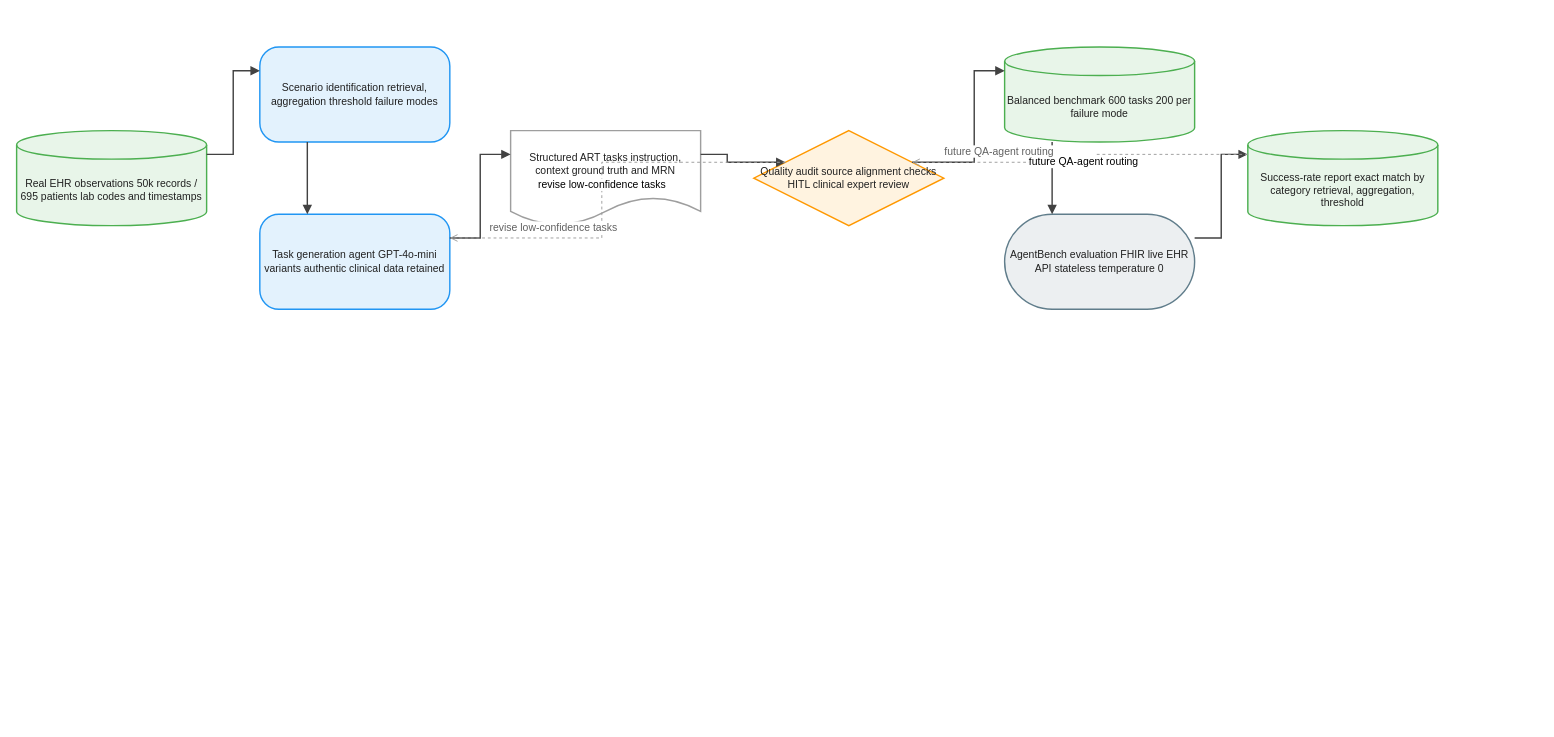
This is client/public/drawio/ART/ART.en.drawio from joe1chief/benchmark-hub, a draw.io file, before an edit. Source tidied: cells renumbered, new cells numbered last; positions are measured from the earlier drawing's top-left corner, leaving out a move shared by most shapes. Both pictures are drawn from the tidied source at 95%, with x=0, y=0 at pixel (16, 47).
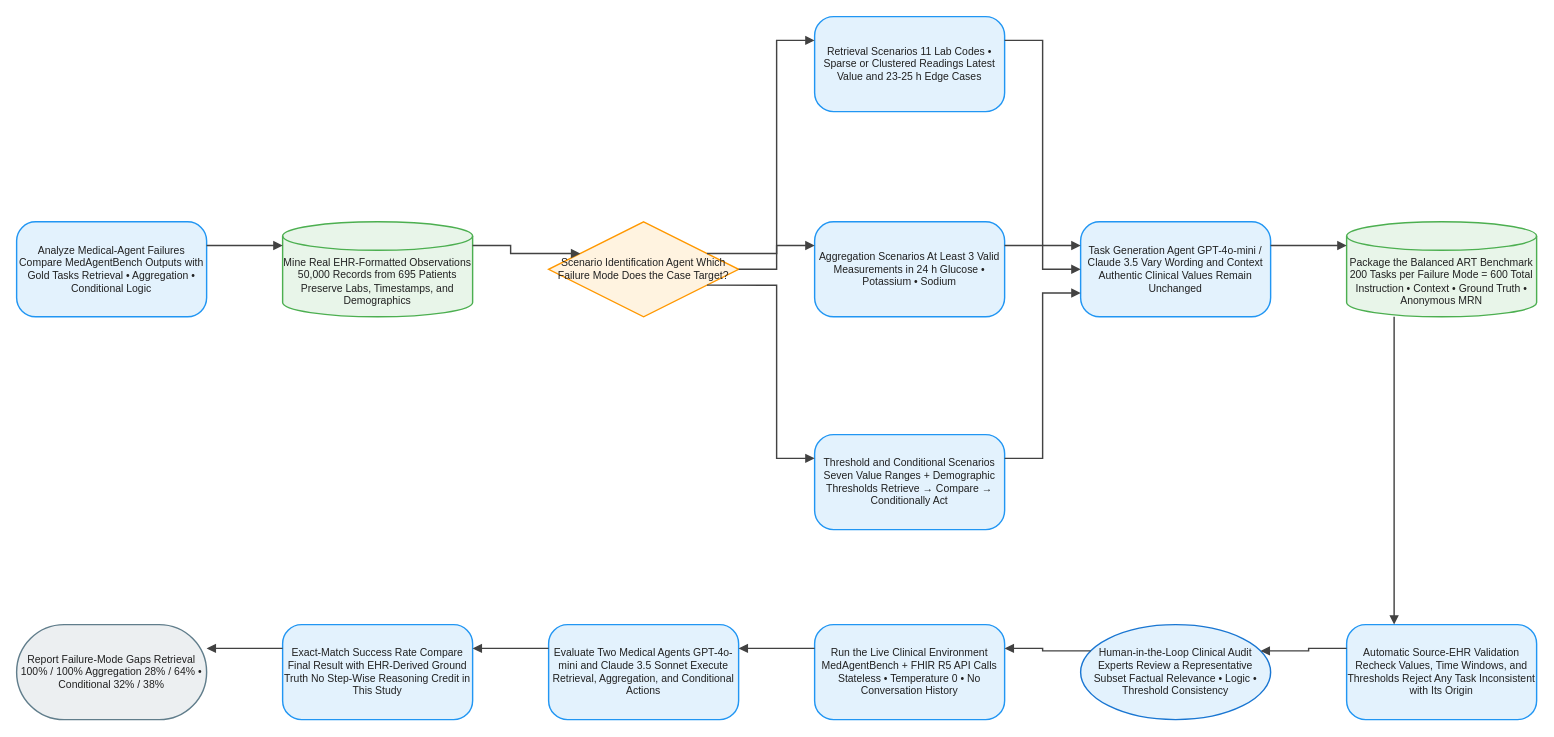
The same diagram, later.

Change to the diagram source:
```diff
@@
-    <mxCell id="2" value="Real EHR observations 50k records / 695 patients lab codes and timestamps" style="shape=cylinder3;boundedLbl=1;backgroundOutline=1;size=15;html=1;whiteSpace=wrap;fillColor=#E8F5E9;strokeColor=#4CAF50;strokeWidth=1.5;fontColor=#212121;fontSize=11;fontFamily=Arial, Helvetica, sans-serif;verticalAlign=middle;align=center;" parent="1" vertex="1">
-      <mxGeometry y="88" width="200" height="100" as="geometry" />
+    <mxCell id="2" value="Analyze Medical-Agent Failures Compare MedAgentBench Outputs with Gold Tasks Retrieval • Aggregation • Conditional Logic" style="rounded=1;arcSize=20;html=1;whiteSpace=wrap;fillColor=#E3F2FD;strokeColor=#2196F3;strokeWidth=1.5;fontColor=#212121;fontSize=11;fontFamily=Arial, Helvetica, sans-serif;verticalAlign=middle;align=center;" parent="1" vertex="1">
+      <mxGeometry y="184" width="200" height="100" as="geometry" />
     </mxCell>
-    <mxCell id="3" value="Scenario identification retrieval, aggregation threshold failure modes" style="rounded=1;arcSize=20;html=1;whiteSpace=wrap;fillColor=#E3F2FD;strokeColor=#2196F3;strokeWidth=1.5;fontColor=#212121;fontSize=11;fontFamily=Arial, Helvetica, sans-serif;verticalAlign=middle;align=center;" parent="1" vertex="1">
-      <mxGeometry x="256" width="200" height="100" as="geometry" />
+    <mxCell id="3" value="Mine Real EHR-Formatted Observations 50,000 Records from 695 Patients Preserve Labs, Timestamps, and Demographics" style="shape=cylinder3;boundedLbl=1;backgroundOutline=1;size=15;html=1;whiteSpace=wrap;fillColor=#E8F5E9;strokeColor=#4CAF50;strokeWidth=1.5;fontColor=#212121;fontSize=11;fontFamily=Arial, Helvetica, sans-serif;verticalAlign=middle;align=center;" parent="1" vertex="1">
+      <mxGeometry x="280" y="184" width="200" height="100" as="geometry" />
     </mxCell>
-    <mxCell id="4" value="Task generation agent GPT-4o-mini variants authentic clinical data retained" style="rounded=1;arcSize=20;html=1;whiteSpace=wrap;fillColor=#E3F2FD;strokeColor=#2196F3;strokeWidth=1.5;fontColor=#212121;fontSize=11;fontFamily=Arial, Helvetica, sans-serif;verticalAlign=middle;align=center;" parent="1" vertex="1">
-      <mxGeometry x="256" y="176" width="200" height="100" as="geometry" />
+    <mxCell id="4" value="Scenario Identification Agent Which Failure Mode Does the Case Target?" style="rhombus;html=1;whiteSpace=wrap;fillColor=#FFF3E0;strokeColor=#FF9800;strokeWidth=1.5;fontColor=#212121;fontSize=11;fontFamily=Arial, Helvetica, sans-serif;verticalAlign=middle;align=center;" parent="1" vertex="1">
+      <mxGeometry x="560" y="184" width="200" height="100" as="geometry" />
     </mxCell>
-    <mxCell id="5" value="Structured ART tasks instruction, context ground truth and MRN" style="shape=document;boundedLbl=1;html=1;whiteSpace=wrap;fillColor=#FFFFFF;strokeColor=#9E9E9E;strokeWidth=1.5;fontColor=#212121;fontSize=11;fontFamily=Arial, Helvetica, sans-serif;verticalAlign=middle;align=center;" parent="1" vertex="1">
-      <mxGeometry x="520" y="88" width="200" height="100" as="geometry" />
+    <mxCell id="5" value="Retrieval Scenarios 11 Lab Codes • Sparse or Clustered Readings Latest Value and 23-25 h Edge Cases" style="rounded=1;arcSize=20;html=1;whiteSpace=wrap;fillColor=#E3F2FD;strokeColor=#2196F3;strokeWidth=1.5;fontColor=#212121;fontSize=11;fontFamily=Arial, Helvetica, sans-serif;verticalAlign=middle;align=center;" parent="1" vertex="1">
+      <mxGeometry x="840" y="-32" width="200" height="100" as="geometry" />
     </mxCell>
-    <mxCell id="6" value="Quality audit source alignment checks HITL clinical expert review" style="rhombus;html=1;whiteSpace=wrap;fillColor=#FFF3E0;strokeColor=#FF9800;strokeWidth=1.5;fontColor=#212121;fontSize=11;fontFamily=Arial, Helvetica, sans-serif;verticalAlign=middle;align=center;" parent="1" vertex="1">
-      <mxGeometry x="776" y="88" width="200" height="100" as="geometry" />
+    <mxCell id="6" value="Aggregation Scenarios At Least 3 Valid Measurements in 24 h Glucose • Potassium • Sodium" style="rounded=1;arcSize=20;html=1;whiteSpace=wrap;fillColor=#E3F2FD;strokeColor=#2196F3;strokeWidth=1.5;fontColor=#212121;fontSize=11;fontFamily=Arial, Helvetica, sans-serif;verticalAlign=middle;align=center;" parent="1" vertex="1">
+      <mxGeometry x="840" y="184" width="200" height="100" as="geometry" />
     </mxCell>
-    <mxCell id="7" value="Balanced benchmark 600 tasks 200 per failure mode" style="shape=cylinder3;boundedLbl=1;backgroundOutline=1;size=15;html=1;whiteSpace=wrap;fillColor=#E8F5E9;strokeColor=#4CAF50;strokeWidth=1.5;fontColor=#212121;fontSize=11;fontFamily=Arial, Helvetica, sans-serif;verticalAlign=middle;align=center;" parent="1" vertex="1">
-      <mxGeometry x="1040" width="200" height="100" as="geometry" />
+    <mxCell id="7" value="Threshold and Conditional Scenarios Seven Value Ranges + Demographic Thresholds Retrieve → Compare → Conditionally Act" style="rounded=1;arcSize=20;html=1;whiteSpace=wrap;fillColor=#E3F2FD;strokeColor=#2196F3;strokeWidth=1.5;fontColor=#212121;fontSize=11;fontFamily=Arial, Helvetica, sans-serif;verticalAlign=middle;align=center;" parent="1" vertex="1">
+      <mxGeometry x="840" y="408" width="200" height="100" as="geometry" />
     </mxCell>
-    <mxCell id="8" value="AgentBench evaluation FHIR live EHR API stateless temperature 0" style="rounded=1;arcSize=50;html=1;whiteSpace=wrap;fillColor=#ECEFF1;strokeColor=#607D8B;strokeWidth=1.5;fontColor=#212121;fontSize=11;fontFamily=Arial, Helvetica, sans-serif;verticalAlign=middle;align=center;" parent="1" vertex="1">
-      <mxGeometry x="1040" y="176" width="200" height="100" as="geometry" />
+    <mxCell id="8" value="Task Generation Agent GPT-4o-mini / Claude 3.5 Vary Wording and Context Authentic Clinical Values Remain Unchanged" style="rounded=1;arcSize=20;html=1;whiteSpace=wrap;fillColor=#E3F2FD;strokeColor=#2196F3;strokeWidth=1.5;fontColor=#212121;fontSize=11;fontFamily=Arial, Helvetica, sans-serif;verticalAlign=middle;align=center;" parent="1" vertex="1">
+      <mxGeometry x="1120" y="184" width="200" height="100" as="geometry" />
     </mxCell>
-    <mxCell id="9" value="Success-rate report exact match by category retrieval, aggregation, threshold" style="shape=cylinder3;boundedLbl=1;backgroundOutline=1;size=15;html=1;whiteSpace=wrap;fillColor=#E8F5E9;strokeColor=#4CAF50;strokeWidth=1.5;fontColor=#212121;fontSize=11;fontFamily=Arial, Helvetica, sans-serif;verticalAlign=middle;align=center;" parent="1" vertex="1">
-      <mxGeometry x="1296" y="88" width="200" height="100" as="geometry" />
+    <mxCell id="9" value="Package the Balanced ART Benchmark 200 Tasks per Failure Mode = 600 Total Instruction • Context • Ground Truth • Anonymous MRN" style="shape=cylinder3;boundedLbl=1;backgroundOutline=1;size=15;html=1;whiteSpace=wrap;fillColor=#E8F5E9;strokeColor=#4CAF50;strokeWidth=1.5;fontColor=#212121;fontSize=11;fontFamily=Arial, Helvetica, sans-serif;verticalAlign=middle;align=center;" parent="1" vertex="1">
+      <mxGeometry x="1400" y="184" width="200" height="100" as="geometry" />
     </mxCell>
-    <mxCell id="10" style="edgeStyle=orthogonalEdgeStyle;rounded=0;jettySize=auto;html=1;strokeColor=#424242;strokeWidth=1.5;endArrow=block;endFill=1;exitX=1;exitY=0.25;exitDx=0;exitDy=0;entryX=0;entryY=0.25;entryDx=0;entryDy=0;jumpStyle=arc;jumpSize=8;" parent="1" edge="1" source="2" target="3">
-      <mxGeometry relative="1" as="geometry" />
+    <mxCell id="10" value="Automatic Source-EHR Validation Recheck Values, Time Windows, and Thresholds Reject Any Task Inconsistent with Its Origin" style="rounded=1;arcSize=20;html=1;whiteSpace=wrap;fillColor=#E3F2FD;strokeColor=#2196F3;strokeWidth=1.5;fontColor=#212121;fontSize=11;fontFamily=Arial, Helvetica, sans-serif;verticalAlign=middle;align=center;" parent="1" vertex="1">
+      <mxGeometry x="1400" y="608" width="200" height="100" as="geometry" />
     </mxCell>
-    <mxCell id="11" style="edgeStyle=orthogonalEdgeStyle;rounded=0;jettySize=auto;html=1;strokeColor=#424242;strokeWidth=1.5;endArrow=block;endFill=1;exitX=0.25;exitY=1;exitDx=0;exitDy=0;entryX=0.25;entryY=0;entryDx=0;entryDy=0;jumpStyle=arc;jumpSize=8;" parent="1" edge="1" source="3" target="4">
-      <mxGeometry relative="1" as="geometry" />
+    <mxCell id="11" value="Human-in-the-Loop Clinical Audit Experts Review a Representative Subset Factual Relevance • Logic • Threshold Consistency" style="ellipse;html=1;whiteSpace=wrap;fillColor=#E3F2FD;strokeColor=#1976D2;strokeWidth=1.5;fontColor=#212121;fontSize=11;fontFamily=Arial, Helvetica, sans-serif;verticalAlign=middle;align=center;" parent="1" vertex="1">
+      <mxGeometry x="1120" y="608" width="200" height="100" as="geometry" />
     </mxCell>
-    <mxCell id="12" style="edgeStyle=orthogonalEdgeStyle;rounded=0;jettySize=auto;html=1;strokeColor=#424242;strokeWidth=1.5;endArrow=block;endFill=1;exitX=1;exitY=0.25;exitDx=0;exitDy=0;entryX=0;entryY=0.25;entryDx=0;entryDy=0;jumpStyle=arc;jumpSize=8;" parent="1" edge="1" source="4" target="5">
-      <mxGeometry relative="1" as="geometry" />
+    <mxCell id="12" value="Run the Live Clinical Environment MedAgentBench + FHIR R5 API Calls Stateless • Temperature 0 • No Conversation History" style="rounded=1;arcSize=20;html=1;whiteSpace=wrap;fillColor=#E3F2FD;strokeColor=#2196F3;strokeWidth=1.5;fontColor=#212121;fontSize=11;fontFamily=Arial, Helvetica, sans-serif;verticalAlign=middle;align=center;" parent="1" vertex="1">
+      <mxGeometry x="840" y="608" width="200" height="100" as="geometry" />
     </mxCell>
-    <mxCell id="13" style="edgeStyle=orthogonalEdgeStyle;rounded=0;jettySize=auto;html=1;strokeColor=#424242;strokeWidth=1.5;endArrow=block;endFill=1;exitX=1;exitY=0.25;exitDx=0;exitDy=0;entryX=0;entryY=0.25;entryDx=0;entryDy=0;jumpStyle=arc;jumpSize=8;" parent="1" edge="1" source="5" target="6">
-      <mxGeometry relative="1" as="geometry" />
+    <mxCell id="13" value="Evaluate Two Medical Agents GPT-4o-mini and Claude 3.5 Sonnet Execute Retrieval, Aggregation, and Conditional Actions" style="rounded=1;arcSize=20;html=1;whiteSpace=wrap;fillColor=#E3F2FD;strokeColor=#2196F3;strokeWidth=1.5;fontColor=#212121;fontSize=11;fontFamily=Arial, Helvetica, sans-serif;verticalAlign=middle;align=center;" parent="1" vertex="1">
+      <mxGeometry x="560" y="608" width="200" height="100" as="geometry" />
     </mxCell>
-    <mxCell id="14" style="edgeStyle=orthogonalEdgeStyle;rounded=0;jettySize=auto;html=1;strokeColor=#424242;strokeWidth=1.5;endArrow=block;endFill=1;exitX=1;exitY=0.25;exitDx=0;exitDy=0;entryX=0;entryY=0.25;entryDx=0;entryDy=0;jumpStyle=arc;jumpSize=8;" parent="1" edge="1" source="6" target="7">
-      <mxGeometry relative="1" as="geometry" />
+    <mxCell id="14" value="Exact-Match Success Rate Compare Final Result with EHR-Derived Ground Truth No Step-Wise Reasoning Credit in This Study" style="rounded=1;arcSize=20;html=1;whiteSpace=wrap;fillColor=#E3F2FD;strokeColor=#2196F3;strokeWidth=1.5;fontColor=#212121;fontSize=11;fontFamily=Arial, Helvetica, sans-serif;verticalAlign=middle;align=center;" parent="1" vertex="1">
+      <mxGeometry x="280" y="608" width="200" height="100" as="geometry" />
     </mxCell>
-    <mxCell id="15" value="revise low-confidence tasks" style="edgeStyle=orthogonalEdgeStyle;rounded=0;jettySize=auto;html=1;strokeColor=#9E9E9E;strokeWidth=1;endArrow=open;endFill=0;exitX=0;exitY=0.25;exitDx=0;exitDy=0;entryX=1;entryY=0.25;entryDx=0;entryDy=0;dashed=1;dashPattern=3 3;jumpStyle=arc;jumpSize=8;" parent="1" edge="1" source="6" target="4">
-      <mxGeometry relative="1" as="geometry" />
+    <mxCell id="15" value="Report Failure-Mode Gaps Retrieval 100% / 100% Aggregation 28% / 64% • Conditional 32% / 38%" style="rounded=1;arcSize=50;html=1;whiteSpace=wrap;fillColor=#ECEFF1;strokeColor=#607D8B;strokeWidth=1.5;fontColor=#212121;fontSize=11;fontFamily=Arial, Helvetica, sans-serif;verticalAlign=middle;align=center;" parent="1" vertex="1">
+      <mxGeometry y="608" width="200" height="100" as="geometry" />
     </mxCell>
-    <mxCell id="16" value="revise low-confidence tasks" style="edgeLabel;html=1;align=center;verticalAlign=middle;fontSize=11;fontColor=#616161;" parent="15" vertex="1">
-      <mxGeometry x="0.5" relative="1" as="geometry">
-        <mxPoint y="-12" as="offset" />
-      </mxGeometry>
+    <mxCell id="16" style="edgeStyle=orthogonalEdgeStyle;rounded=0;jettySize=auto;html=1;strokeColor=#424242;strokeWidth=1.5;endArrow=block;endFill=1;exitX=1;exitY=0.25;exitDx=0;exitDy=0;entryX=0;entryY=0.25;entryDx=0;entryDy=0;jumpStyle=arc;jumpSize=8;" parent="1" edge="1" source="2" target="3">
+      <mxGeometry relative="1" as="geometry" />
     </mxCell>
-    <mxCell id="17" style="edgeStyle=orthogonalEdgeStyle;rounded=0;jettySize=auto;html=1;strokeColor=#424242;strokeWidth=1.5;endArrow=block;endFill=1;exitX=0.25;exitY=1;exitDx=0;exitDy=0;entryX=0.25;entryY=0;entryDx=0;entryDy=0;jumpStyle=arc;jumpSize=8;" parent="1" edge="1" source="7" target="8">
+    <mxCell id="17" style="edgeStyle=orthogonalEdgeStyle;rounded=0;jettySize=auto;html=1;strokeColor=#424242;strokeWidth=1.5;endArrow=block;endFill=1;exitX=1;exitY=0.25;exitDx=0;exitDy=0;entryX=0;entryY=0.25;entryDx=0;entryDy=0;jumpStyle=arc;jumpSize=8;" parent="1" edge="1" source="3" target="4">
       <mxGeometry relative="1" as="geometry" />
     </mxCell>
-    <mxCell id="18" style="edgeStyle=orthogonalEdgeStyle;rounded=0;jettySize=auto;html=1;strokeColor=#424242;strokeWidth=1.5;endArrow=block;endFill=1;exitX=1;exitY=0.25;exitDx=0;exitDy=0;entryX=0;entryY=0.25;entryDx=0;entryDy=0;jumpStyle=arc;jumpSize=8;" parent="1" edge="1" source="8" target="9">
+    <mxCell id="18" style="edgeStyle=orthogonalEdgeStyle;rounded=0;jettySize=auto;html=1;strokeColor=#424242;strokeWidth=1.5;endArrow=block;endFill=1;exitX=1;exitY=0.25;exitDx=0;exitDy=0;entryX=0;entryY=0.25;entryDx=0;entryDy=0;jumpStyle=arc;jumpSize=8;" parent="1" edge="1" source="4" target="5">
       <mxGeometry relative="1" as="geometry" />
     </mxCell>
-    <mxCell id="19" value="future QA-agent routing" style="edgeStyle=orthogonalEdgeStyle;rounded=0;jettySize=auto;html=1;strokeColor=#9E9E9E;strokeWidth=1;endArrow=open;endFill=0;exitX=0;exitY=0.25;exitDx=0;exitDy=0;entryX=1;entryY=0.25;entryDx=0;entryDy=0;dashed=1;dashPattern=3 3;jumpStyle=arc;jumpSize=8;" parent="1" edge="1" source="9" target="6">
+    <mxCell id="19" style="edgeStyle=orthogonalEdgeStyle;rounded=0;jettySize=auto;html=1;strokeColor=#424242;strokeWidth=1.5;endArrow=block;endFill=1;exitX=1;exitY=0.5;exitDx=0;exitDy=0;entryX=0;entryY=0.25;entryDx=0;entryDy=0;jumpStyle=arc;jumpSize=8;" parent="1" edge="1" source="4" target="6">
       <mxGeometry relative="1" as="geometry" />
     </mxCell>
-    <mxCell id="20" value="future QA-agent routing" style="edgeLabel;html=1;align=center;verticalAlign=middle;fontSize=11;fontColor=#616161;" parent="19" vertex="1">
-      <mxGeometry x="0.5" relative="1" as="geometry">
-        <mxPoint y="-12" as="offset" />
-      </mxGeometry>
+    <mxCell id="20" style="edgeStyle=orthogonalEdgeStyle;rounded=0;jettySize=auto;html=1;strokeColor=#424242;strokeWidth=1.5;endArrow=block;endFill=1;exitX=1;exitY=0.75;exitDx=0;exitDy=0;entryX=0;entryY=0.25;entryDx=0;entryDy=0;jumpStyle=arc;jumpSize=8;" parent="1" edge="1" source="4" target="7">
+      <mxGeometry relative="1" as="geometry" />
     </mxCell>
+    <mxCell id="21" style="edgeStyle=orthogonalEdgeStyle;rounded=0;jettySize=auto;html=1;strokeColor=#424242;strokeWidth=1.5;endArrow=block;endFill=1;exitX=1;exitY=0.25;exitDx=0;exitDy=0;entryX=0;entryY=0.25;entryDx=0;entryDy=0;jumpStyle=arc;jumpSize=8;" parent="1" edge="1" source="5" target="8">
+      <mxGeometry relative="1" as="geometry" />
+    </mxCell>
+    <mxCell id="22" style="edgeStyle=orthogonalEdgeStyle;rounded=0;jettySize=auto;html=1;strokeColor=#424242;strokeWidth=1.5;endArrow=block;endFill=1;exitX=1;exitY=0.25;exitDx=0;exitDy=0;entryX=0;entryY=0.5;entryDx=0;entryDy=0;jumpStyle=arc;jumpSize=8;" parent="1" edge="1" source="6" target="8">
+      <mxGeometry relative="1" as="geometry" />
+    </mxCell>
+    <mxCell id="23" style="edgeStyle=orthogonalEdgeStyle;rounded=0;jettySize=auto;html=1;strokeColor=#424242;strokeWidth=1.5;endArrow=block;endFill=1;exitX=1;exitY=0.25;exitDx=0;exitDy=0;entryX=0;entryY=0.75;entryDx=0;entryDy=0;jumpStyle=arc;jumpSize=8;" parent="1" edge="1" source="7" target="8">
+      <mxGeometry relative="1" as="geometry" />
+    </mxCell>
+    <mxCell id="24" style="edgeStyle=orthogonalEdgeStyle;rounded=0;jettySize=auto;html=1;strokeColor=#424242;strokeWidth=1.5;endArrow=block;endFill=1;exitX=1;exitY=0.25;exitDx=0;exitDy=0;entryX=0;entryY=0.25;entryDx=0;entryDy=0;jumpStyle=arc;jumpSize=8;" parent="1" edge="1" source="8" target="9">
+      <mxGeometry relative="1" as="geometry" />
+    </mxCell>
+    <mxCell id="25" style="edgeStyle=orthogonalEdgeStyle;rounded=0;jettySize=auto;html=1;strokeColor=#424242;strokeWidth=1.5;endArrow=block;endFill=1;exitX=0.25;exitY=1;exitDx=0;exitDy=0;entryX=0.25;entryY=0;entryDx=0;entryDy=0;jumpStyle=arc;jumpSize=8;" parent="1" edge="1" source="9" target="10">
+      <mxGeometry relative="1" as="geometry" />
+    </mxCell>
+    <mxCell id="26" style="edgeStyle=orthogonalEdgeStyle;rounded=0;jettySize=auto;html=1;strokeColor=#424242;strokeWidth=1.5;endArrow=block;endFill=1;exitX=0;exitY=0.25;exitDx=0;exitDy=0;entryX=1;entryY=0.25;entryDx=0;entryDy=0;jumpStyle=arc;jumpSize=8;" parent="1" edge="1" source="10" target="11">
+      <mxGeometry relative="1" as="geometry" />
+    </mxCell>
+    <mxCell id="27" style="edgeStyle=orthogonalEdgeStyle;rounded=0;jettySize=auto;html=1;strokeColor=#424242;strokeWidth=1.5;endArrow=block;endFill=1;exitX=0;exitY=0.25;exitDx=0;exitDy=0;entryX=1;entryY=0.25;entryDx=0;entryDy=0;jumpStyle=arc;jumpSize=8;" parent="1" edge="1" source="11" target="12">
+      <mxGeometry relative="1" as="geometry" />
+    </mxCell>
+    <mxCell id="28" style="edgeStyle=orthogonalEdgeStyle;rounded=0;jettySize=auto;html=1;strokeColor=#424242;strokeWidth=1.5;endArrow=block;endFill=1;exitX=0;exitY=0.25;exitDx=0;exitDy=0;entryX=1;entryY=0.25;entryDx=0;entryDy=0;jumpStyle=arc;jumpSize=8;" parent="1" edge="1" source="12" target="13">
+      <mxGeometry relative="1" as="geometry" />
+    </mxCell>
+    <mxCell id="29" style="edgeStyle=orthogonalEdgeStyle;rounded=0;jettySize=auto;html=1;strokeColor=#424242;strokeWidth=1.5;endArrow=block;endFill=1;exitX=0;exitY=0.25;exitDx=0;exitDy=0;entryX=1;entryY=0.25;entryDx=0;entryDy=0;jumpStyle=arc;jumpSize=8;" parent="1" edge="1" source="13" target="14">
+      <mxGeometry relative="1" as="geometry" />
+    </mxCell>
+    <mxCell id="30" style="edgeStyle=orthogonalEdgeStyle;rounded=0;jettySize=auto;html=1;strokeColor=#424242;strokeWidth=1.5;endArrow=block;endFill=1;exitX=0;exitY=0.25;exitDx=0;exitDy=0;entryX=1;entryY=0.25;entryDx=0;entryDy=0;jumpStyle=arc;jumpSize=8;" parent="1" edge="1" source="14" target="15">
+      <mxGeometry relative="1" as="geometry" />
+    </mxCell>
```
